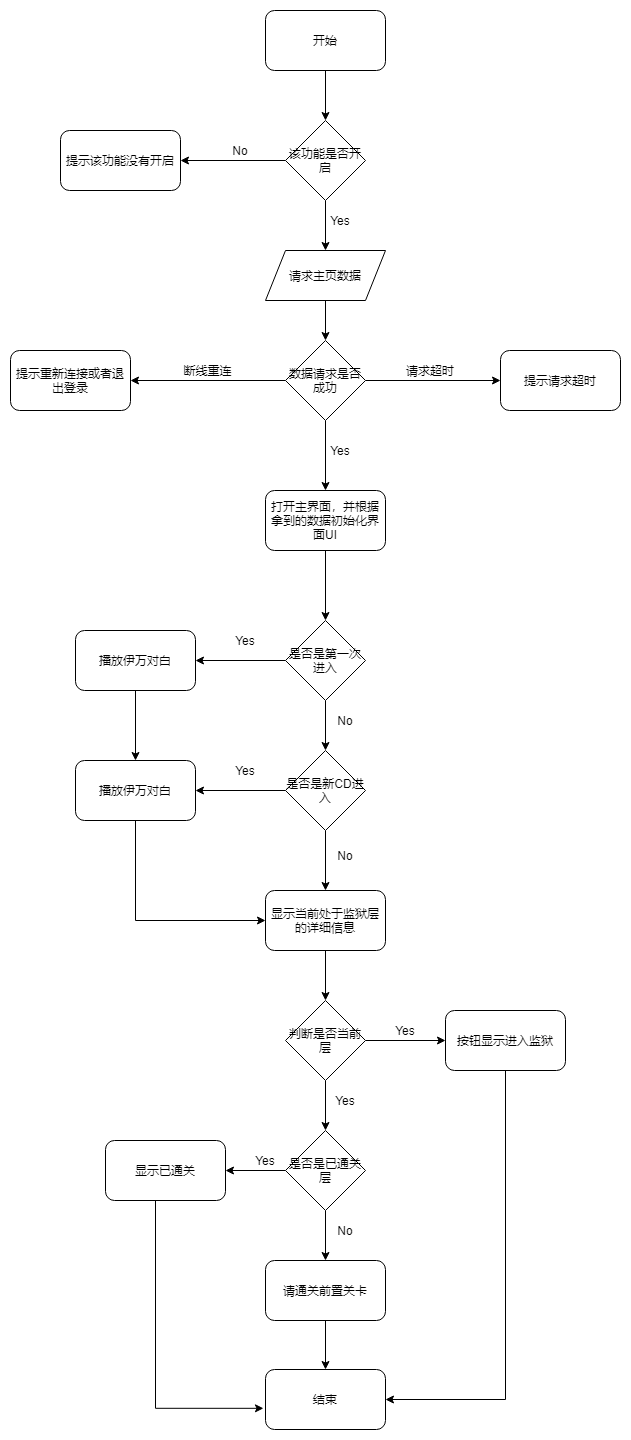
Above: Untitled DiagramDeep.png in PeterZHQ/StudyRoad (draw.io), before the change. Source tidied: cells renumbered, new cells last; positions are measured from the earlier drawing's top-left corner, leaving out a move shared by most shapes.
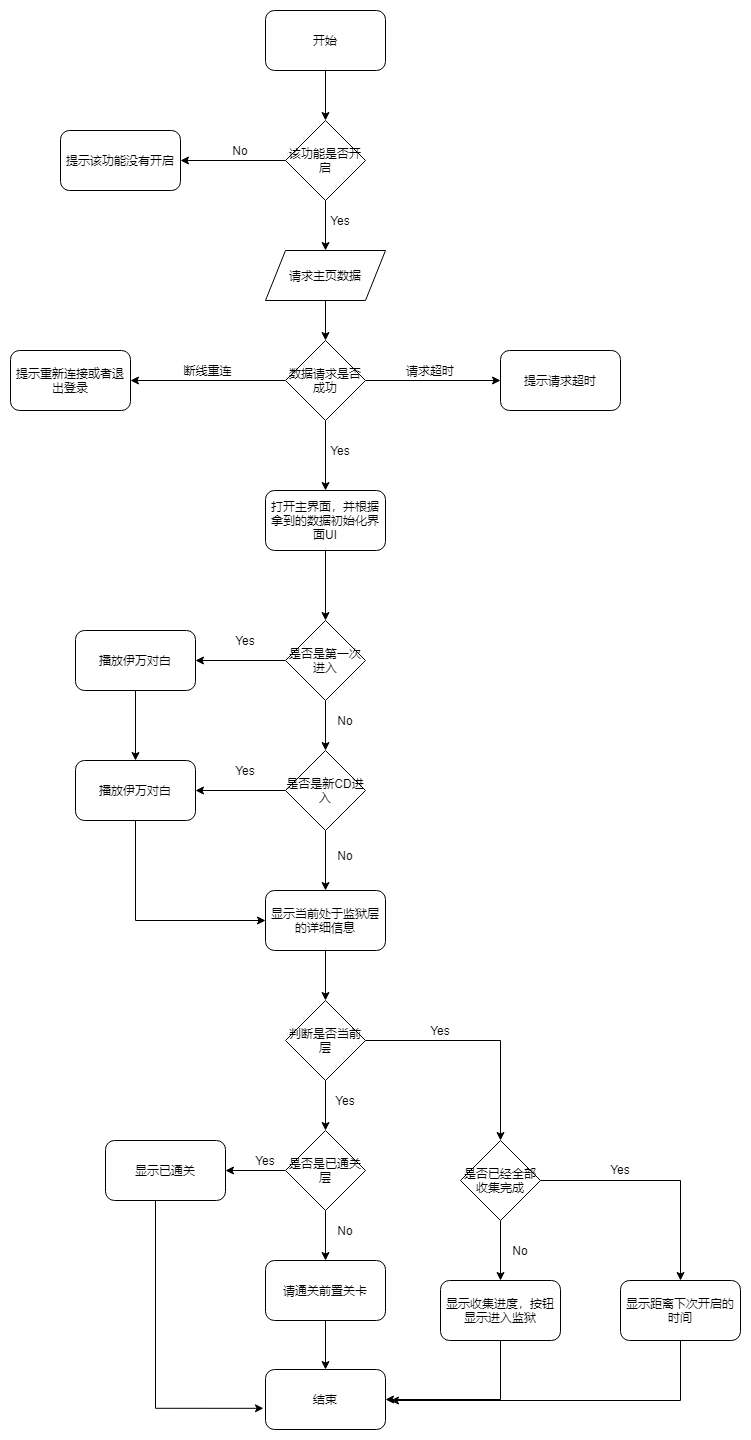
After the commit.

Change to the diagram source:
```diff
@@ -72,27 +72,27 @@
     <mxCell id="23" value="No" style="text;html=1;strokeColor=none;fillColor=none;align=center;verticalAlign=middle;whiteSpace=wrap;rounded=0;" parent="1" vertex="1">
       <mxGeometry x="315" y="835" width="40" height="20" as="geometry" />
     </mxCell>
-    <mxCell id="24" style="edgeStyle=orthogonalEdgeStyle;rounded=0;jettySize=auto;html=1;entryX=0;entryY=0.5;entryDx=0;entryDy=0;" parent="1" edge="1" source="26" target="28">
-      <mxGeometry relative="1" as="geometry" />
-    </mxCell>
     <mxCell id="25" style="edgeStyle=orthogonalEdgeStyle;rounded=0;jettySize=auto;html=1;entryX=0.5;entryY=0;entryDx=0;entryDy=0;" parent="1" edge="1" source="26" target="32">
       <mxGeometry relative="1" as="geometry" />
     </mxCell>
+    <mxCell id="56" style="edgeStyle=orthogonalEdgeStyle;rounded=0;jettySize=auto;html=1;entryX=0.5;entryY=0;entryDx=0;entryDy=0;" parent="1" edge="1" source="26" target="59">
+      <mxGeometry relative="1" as="geometry" />
+    </mxCell>
     <mxCell id="26" value="判断是否当前层" style="rhombus;whiteSpace=wrap;html=1;" parent="1" vertex="1">
       <mxGeometry x="275" y="990" width="80" height="80" as="geometry" />
     </mxCell>
     <mxCell id="27" style="edgeStyle=orthogonalEdgeStyle;rounded=0;jettySize=auto;html=1;entryX=1;entryY=0.5;entryDx=0;entryDy=0;" parent="1" edge="1" source="28" target="40">
       <mxGeometry relative="1" as="geometry">
         <Array as="points">
-          <mxPoint x="495" y="1389" />
+          <mxPoint x="490" y="1389" />
         </Array>
       </mxGeometry>
     </mxCell>
-    <mxCell id="28" value="按钮显示进入监狱" style="rounded=1;whiteSpace=wrap;html=1;" parent="1" vertex="1">
-      <mxGeometry x="435" y="1000" width="120" height="60" as="geometry" />
+    <mxCell id="28" value="显示收集进度，按钮显示进入监狱" style="rounded=1;whiteSpace=wrap;html=1;" parent="1" vertex="1">
+      <mxGeometry x="430" y="1270" width="120" height="60" as="geometry" />
     </mxCell>
     <mxCell id="29" value="Yes" style="text;html=1;strokeColor=none;fillColor=none;align=center;verticalAlign=middle;whiteSpace=wrap;rounded=0;" parent="1" vertex="1">
-      <mxGeometry x="375" y="1010" width="40" height="20" as="geometry" />
+      <mxGeometry x="410" y="1010" width="40" height="20" as="geometry" />
     </mxCell>
     <mxCell id="30" style="edgeStyle=orthogonalEdgeStyle;rounded=0;jettySize=auto;html=1;" parent="1" edge="1" source="32" target="35">
       <mxGeometry relative="1" as="geometry" />
@@ -176,5 +176,31 @@
     <mxCell id="55" value="断线重连" style="text;html=1;strokeColor=none;fillColor=none;align=center;verticalAlign=middle;whiteSpace=wrap;rounded=0;" parent="1" vertex="1">
       <mxGeometry x="145" y="350" width="105" height="20" as="geometry" />
     </mxCell>
+    <mxCell id="57" style="edgeStyle=orthogonalEdgeStyle;rounded=0;jettySize=auto;html=1;entryX=0.5;entryY=0;entryDx=0;entryDy=0;" parent="1" edge="1" source="59" target="28">
+      <mxGeometry relative="1" as="geometry" />
+    </mxCell>
+    <mxCell id="58" style="edgeStyle=orthogonalEdgeStyle;rounded=0;jettySize=auto;html=1;entryX=0.5;entryY=0;entryDx=0;entryDy=0;" parent="1" edge="1" source="59" target="62">
+      <mxGeometry relative="1" as="geometry" />
+    </mxCell>
+    <mxCell id="59" value="是否已经全部收集完成" style="rhombus;whiteSpace=wrap;html=1;" parent="1" vertex="1">
+      <mxGeometry x="450" y="1130" width="80" height="80" as="geometry" />
+    </mxCell>
+    <mxCell id="60" value="No" style="text;html=1;strokeColor=none;fillColor=none;align=center;verticalAlign=middle;whiteSpace=wrap;rounded=0;" parent="1" vertex="1">
+      <mxGeometry x="490" y="1230" width="40" height="20" as="geometry" />
+    </mxCell>
+    <mxCell id="61" style="edgeStyle=orthogonalEdgeStyle;rounded=0;jettySize=auto;html=1;" parent="1" edge="1" source="62">
+      <mxGeometry relative="1" as="geometry">
+        <mxPoint x="380" y="1390" as="targetPoint" />
+        <Array as="points">
+          <mxPoint x="670" y="1390" />
+        </Array>
+      </mxGeometry>
+    </mxCell>
+    <mxCell id="62" value="显示距离下次开启的时间" style="rounded=1;whiteSpace=wrap;html=1;" parent="1" vertex="1">
+      <mxGeometry x="610" y="1270" width="120" height="60" as="geometry" />
+    </mxCell>
+    <mxCell id="63" value="Yes" style="text;html=1;strokeColor=none;fillColor=none;align=center;verticalAlign=middle;whiteSpace=wrap;rounded=0;" parent="1" vertex="1">
+      <mxGeometry x="590" y="1149" width="40" height="20" as="geometry" />
+    </mxCell>
   </root>
 </mxGraphModel>
```
